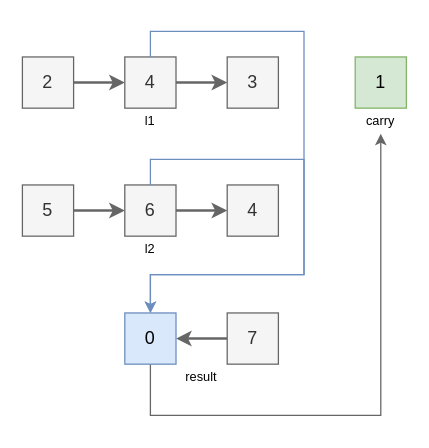
The draw.io diagram page "2" (2 of 3) of problems/problem2.drawio in hanggrian/grind-leetcode, before the edit. Source tidied: cells renumbered, new cells numbered last; positions are measured from the earlier drawing's top-left corner, leaving out a move shared by most shapes. Both pictures are drawn from the tidied source at 128%, with x=0, y=0 at pixel (22, 31).
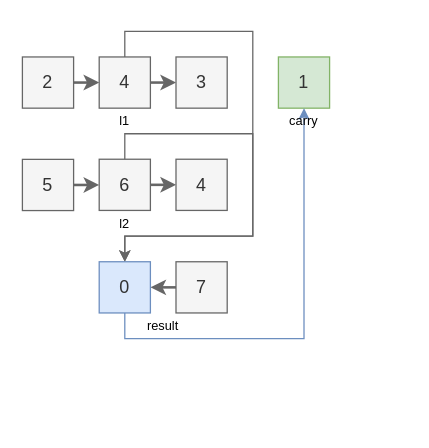
The same diagram, later.

Change to the diagram source:
```diff
@@
     <mxCell id="5" value="4" style="text;html=1;align=center;verticalAlign=middle;whiteSpace=wrap;rounded=0;fillColor=#f5f5f5;strokeColor=#666666;fontSize=14;fontColor=#333333;" parent="1" vertex="1">
-      <mxGeometry x="80" y="20" width="40" height="40" as="geometry" />
+      <mxGeometry x="60" y="20" width="40" height="40" as="geometry" />
     </mxCell>
-    <mxCell id="6" style="edgeStyle=orthogonalEdgeStyle;rounded=0;jettySize=auto;html=1;exitX=0.5;exitY=0;exitDx=0;exitDy=0;entryX=0.5;entryY=0;entryDx=0;entryDy=0;fillColor=#dae8fc;strokeColor=#6c8ebf;" parent="1" edge="1" source="5" target="22">
+    <mxCell id="6" style="edgeStyle=orthogonalEdgeStyle;rounded=0;jettySize=auto;html=1;exitX=0.5;exitY=0;exitDx=0;exitDy=0;entryX=0.5;entryY=0;entryDx=0;entryDy=0;fillColor=#f5f5f5;strokeColor=#666666;" parent="1" edge="1" source="5" target="22">
       <mxGeometry relative="1" as="geometry">
         <Array as="points">
-          <mxPoint x="100" />
-          <mxPoint x="220" />
-          <mxPoint x="220" y="190" />
-          <mxPoint x="100" y="190" />
+          <mxPoint x="80" />
+          <mxPoint x="180" />
+          <mxPoint x="180" y="160" />
+          <mxPoint x="80" y="160" />
         </Array>
       </mxGeometry>
     </mxCell>
     <mxCell id="7" value="3" style="text;html=1;align=center;verticalAlign=middle;whiteSpace=wrap;rounded=0;fillColor=#f5f5f5;strokeColor=#666666;fontSize=14;fontColor=#333333;" parent="1" vertex="1">
-      <mxGeometry x="160" y="20" width="40" height="40" as="geometry" />
+      <mxGeometry x="120" y="20" width="40" height="40" as="geometry" />
     </mxCell>
     <mxCell id="8" value="l1" style="text;html=1;align=center;verticalAlign=middle;whiteSpace=wrap;rounded=0;fontSize=10;" parent="1" vertex="1">
-      <mxGeometry y="60" width="200" height="20" as="geometry" />
+      <mxGeometry y="60" width="160" height="20" as="geometry" />
     </mxCell>
@@
     <mxCell id="10" value="5" style="text;html=1;align=center;verticalAlign=middle;whiteSpace=wrap;rounded=0;fillColor=#f5f5f5;strokeColor=#666666;fontSize=14;fontColor=#333333;" parent="1" vertex="1">
-      <mxGeometry y="120" width="40" height="40" as="geometry" />
+      <mxGeometry y="100" width="40" height="40" as="geometry" />
     </mxCell>
@@
     <mxCell id="12" value="6" style="text;html=1;align=center;verticalAlign=middle;whiteSpace=wrap;rounded=0;fillColor=#f5f5f5;strokeColor=#666666;fontSize=14;fontColor=#333333;" parent="1" vertex="1">
-      <mxGeometry x="80" y="120" width="40" height="40" as="geometry" />
+      <mxGeometry x="60" y="99.9" width="40" height="40" as="geometry" />
     </mxCell>
-    <mxCell id="13" style="edgeStyle=orthogonalEdgeStyle;rounded=0;jettySize=auto;html=1;exitX=0.5;exitY=0;exitDx=0;exitDy=0;entryX=0.5;entryY=0;entryDx=0;entryDy=0;fillColor=#dae8fc;strokeColor=#6c8ebf;" parent="1" edge="1" source="12" target="22">
+    <mxCell id="13" style="edgeStyle=orthogonalEdgeStyle;rounded=0;jettySize=auto;html=1;exitX=0.5;exitY=0;exitDx=0;exitDy=0;entryX=0.5;entryY=0;entryDx=0;entryDy=0;fillColor=#f5f5f5;strokeColor=#666666;" parent="1" edge="1" source="12" target="22">
       <mxGeometry relative="1" as="geometry">
         <Array as="points">
-          <mxPoint x="100" y="100" />
-          <mxPoint x="220" y="100" />
-          <mxPoint x="220" y="190" />
-          <mxPoint x="100" y="190" />
+          <mxPoint x="80" y="80" />
+          <mxPoint x="180" y="80" />
+          <mxPoint x="180" y="160" />
+          <mxPoint x="80" y="160" />
         </Array>
       </mxGeometry>
     </mxCell>
     <mxCell id="14" value="4" style="text;html=1;align=center;verticalAlign=middle;whiteSpace=wrap;rounded=0;fillColor=#f5f5f5;strokeColor=#666666;fontSize=14;fontColor=#333333;" parent="1" vertex="1">
-      <mxGeometry x="160" y="120" width="40" height="40" as="geometry" />
+      <mxGeometry x="120" y="99.9" width="40" height="40" as="geometry" />
     </mxCell>
     <mxCell id="15" value="l2" style="text;html=1;align=center;verticalAlign=middle;whiteSpace=wrap;rounded=0;fontSize=10;" parent="1" vertex="1">
-      <mxGeometry y="160" width="200" height="20" as="geometry" />
+      <mxGeometry y="140" width="160" height="20" as="geometry" />
     </mxCell>
@@
     <mxCell id="17" value="7" style="text;html=1;align=center;verticalAlign=middle;whiteSpace=wrap;rounded=0;fillColor=#f5f5f5;strokeColor=#666666;fontSize=14;fontColor=#333333;" parent="1" vertex="1">
-      <mxGeometry x="160" y="220" width="40" height="40" as="geometry" />
+      <mxGeometry x="120" y="180" width="40" height="40" as="geometry" />
     </mxCell>
     <mxCell id="18" value="result" style="text;html=1;align=center;verticalAlign=middle;whiteSpace=wrap;rounded=0;fontSize=10;" parent="1" vertex="1">
-      <mxGeometry x="80" y="260" width="120" height="20" as="geometry" />
+      <mxGeometry x="60" y="220" width="100" height="20" as="geometry" />
     </mxCell>
-    <mxCell id="19" value="1" style="text;html=1;align=center;verticalAlign=middle;whiteSpace=wrap;rounded=0;fillColor=#d5e8d4;strokeColor=#82b366;fontSize=14;" parent="1" vertex="1">
-      <mxGeometry x="260" y="20" width="40" height="40" as="geometry" />
+    <mxCell id="19" value="1" style="text;html=1;align=center;verticalAlign=middle;whiteSpace=wrap;rounded=0;fillColor=#d5e8d4;strokeColor=#82b366;fontSize=14;fontColor=#333333;" parent="1" vertex="1">
+      <mxGeometry x="200" y="20" width="40" height="40" as="geometry" />
     </mxCell>
-    <mxCell id="20" value="carry" style="text;html=1;align=center;verticalAlign=middle;whiteSpace=wrap;rounded=0;fontSize=10;" parent="1" vertex="1">
-      <mxGeometry x="260" y="60" width="40" height="20" as="geometry" />
-    </mxCell>
-    <mxCell id="21" style="edgeStyle=orthogonalEdgeStyle;rounded=0;jettySize=auto;html=1;fillColor=#f5f5f5;strokeColor=#666666;exitX=0.5;exitY=1;exitDx=0;exitDy=0;" parent="1" edge="1" source="22" target="20">
+    <mxCell id="21" style="edgeStyle=orthogonalEdgeStyle;rounded=0;jettySize=auto;html=1;fillColor=#dae8fc;strokeColor=#6c8ebf;exitX=0.5;exitY=1;exitDx=0;exitDy=0;entryX=0.5;entryY=0;entryDx=0;entryDy=0;" parent="1" edge="1" source="22" target="20">
       <mxGeometry relative="1" as="geometry">
         <Array as="points">
-          <mxPoint x="100" y="300" />
-          <mxPoint x="280" y="300" />
+          <mxPoint x="80" y="240" />
+          <mxPoint x="220" y="240" />
         </Array>
       </mxGeometry>
     </mxCell>
-    <mxCell id="22" value="0" style="text;html=1;align=center;verticalAlign=middle;whiteSpace=wrap;rounded=0;fillColor=#dae8fc;strokeColor=#6c8ebf;fontSize=14;" parent="1" vertex="1">
-      <mxGeometry x="80" y="220" width="40" height="40" as="geometry" />
+    <mxCell id="22" value="0" style="text;html=1;align=center;verticalAlign=middle;whiteSpace=wrap;rounded=0;fillColor=#dae8fc;strokeColor=#6c8ebf;fontSize=14;fontColor=#333333;" parent="1" vertex="1">
+      <mxGeometry x="60" y="180" width="40" height="40" as="geometry" />
     </mxCell>
+    <mxCell id="20" value="carry" style="text;html=1;align=center;verticalAlign=middle;whiteSpace=wrap;rounded=0;fontSize=10;" parent="1" vertex="1">
+      <mxGeometry x="200" y="60" width="40" height="20" as="geometry" />
+    </mxCell>
```
